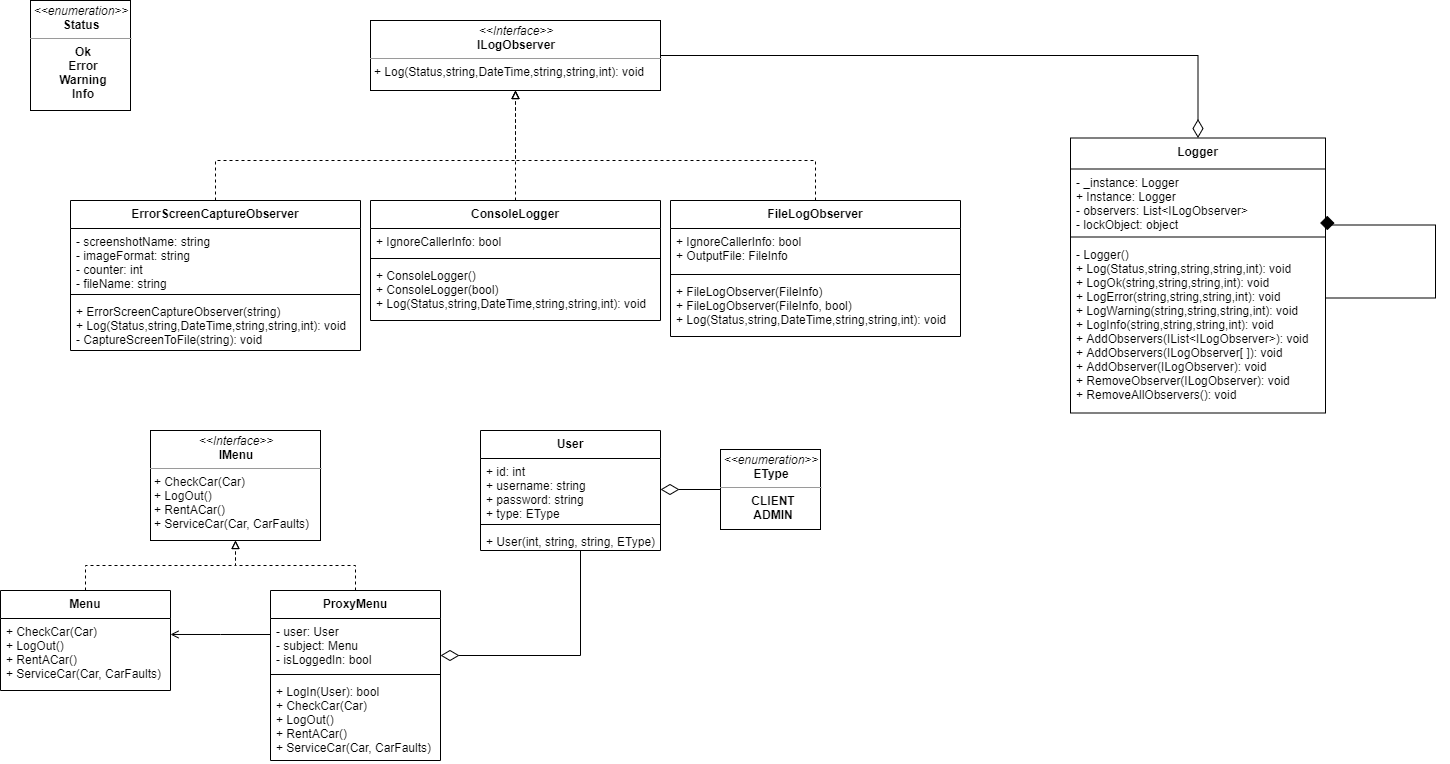
Before: Diagram/diagram.png, a diagram exported from draw.io (Radu-Lucian/DesignPatterns). Source tidied: cells renumbered, new cells last; positions are measured from the earlier drawing's top-left corner, leaving out a move shared by most shapes.
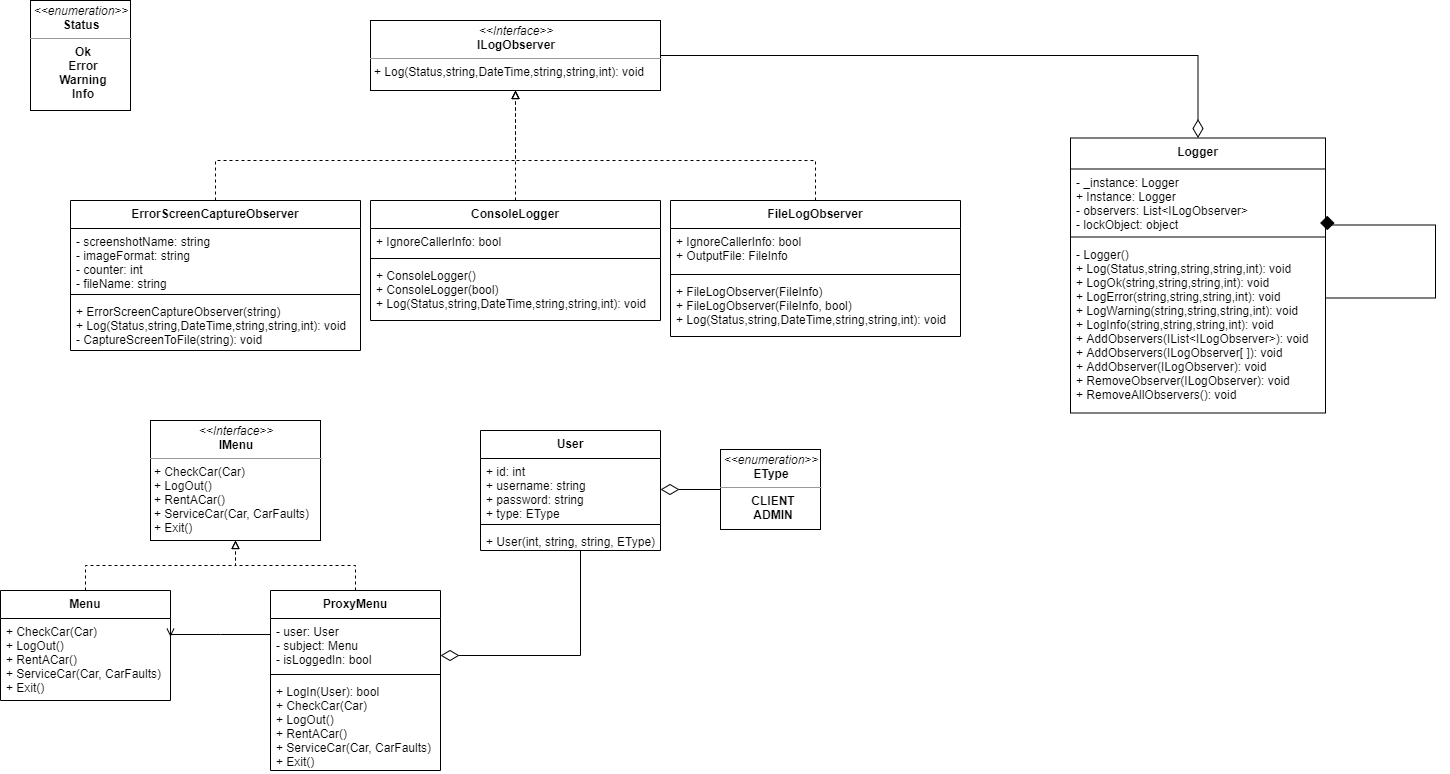
Above is the later version.

Commit message:
Added the Exit function to Proxy Menu, created a main menu and updated the diagram.

Change to the diagram source:
```diff
@@ -96,8 +96,8 @@
     <mxCell id="26" style="edgeStyle=orthogonalEdgeStyle;rounded=0;jettySize=auto;html=1;entryX=0.5;entryY=1;entryDx=0;entryDy=0;dashed=1;endArrow=block;endFill=0;exitX=0.5;exitY=0;exitDx=0;exitDy=0;" parent="1" edge="1" source="31" target="27">
       <mxGeometry relative="1" as="geometry" />
     </mxCell>
-    <mxCell id="27" value="&lt;p style=&quot;margin: 0px ; margin-top: 4px ; text-align: center&quot;&gt;&lt;i&gt;&amp;lt;&amp;lt;Interface&amp;gt;&amp;gt;&lt;/i&gt;&lt;br&gt;&lt;b&gt;IMenu&lt;/b&gt;&lt;/p&gt;&lt;hr size=&quot;1&quot;&gt;&lt;p style=&quot;margin: 0px ; margin-left: 4px&quot;&gt;+ CheckCar(Car)&lt;br style=&quot;padding: 0px ; margin: 0px&quot;&gt;+ LogOut()&amp;nbsp;&lt;br style=&quot;padding: 0px ; margin: 0px&quot;&gt;+ RentACar()&lt;br style=&quot;padding: 0px ; margin: 0px&quot;&gt;+ ServiceCar(Car, CarFaults)&lt;br&gt;&lt;/p&gt;" style="verticalAlign=top;align=left;overflow=fill;fontSize=12;fontFamily=Helvetica;html=1;strokeColor=#000000;" parent="1" vertex="1">
-      <mxGeometry x="150" y="430" width="170" height="110" as="geometry" />
+    <mxCell id="27" value="&lt;p style=&quot;margin: 0px ; margin-top: 4px ; text-align: center&quot;&gt;&lt;i&gt;&amp;lt;&amp;lt;Interface&amp;gt;&amp;gt;&lt;/i&gt;&lt;br&gt;&lt;b&gt;IMenu&lt;/b&gt;&lt;/p&gt;&lt;hr size=&quot;1&quot;&gt;&lt;p style=&quot;margin: 0px ; margin-left: 4px&quot;&gt;+ CheckCar(Car)&lt;br style=&quot;padding: 0px ; margin: 0px&quot;&gt;+ LogOut()&amp;nbsp;&lt;br style=&quot;padding: 0px ; margin: 0px&quot;&gt;+ RentACar()&lt;br style=&quot;padding: 0px ; margin: 0px&quot;&gt;+ ServiceCar(Car, CarFaults)&lt;br&gt;&lt;/p&gt;&lt;p style=&quot;margin: 0px ; margin-left: 4px&quot;&gt;+ Exit()&lt;/p&gt;" style="verticalAlign=top;align=left;overflow=fill;fontSize=12;fontFamily=Helvetica;html=1;strokeColor=#000000;" parent="1" vertex="1">
+      <mxGeometry x="150" y="420" width="170" height="120" as="geometry" />
     </mxCell>
     <mxCell id="28" style="edgeStyle=orthogonalEdgeStyle;rounded=0;jettySize=auto;html=1;exitX=0;exitY=0.5;exitDx=0;exitDy=0;entryX=1;entryY=0.222;entryDx=0;entryDy=0;entryPerimeter=0;endArrow=open;endFill=0;" parent="1" edge="1" source="32" target="30">
       <mxGeometry relative="1" as="geometry">
@@ -108,13 +108,13 @@
       </mxGeometry>
     </mxCell>
     <mxCell id="29" value="Menu" style="swimlane;fontStyle=1;align=center;verticalAlign=top;horizontal=1;startSize=28;strokeColor=#000000;" parent="1" vertex="1">
-      <mxGeometry y="590" width="170" height="100" as="geometry" />
+      <mxGeometry y="590" width="170" height="110" as="geometry" />
     </mxCell>
-    <mxCell id="30" value="+ CheckCar(Car)&#10;+ LogOut() &#10;+ RentACar()&#10;+ ServiceCar(Car, CarFaults)" style="text;strokeColor=none;fillColor=none;align=left;verticalAlign=top;spacingLeft=4;spacingRight=4;overflow=hidden;points=[[0,0.5],[1,0.5]];portConstraint=eastwest;" parent="29" vertex="1">
-      <mxGeometry y="28" width="170" height="72" as="geometry" />
+    <mxCell id="30" value="+ CheckCar(Car)&#10;+ LogOut() &#10;+ RentACar()&#10;+ ServiceCar(Car, CarFaults)&#10;+ Exit()" style="text;strokeColor=none;fillColor=none;align=left;verticalAlign=top;spacingLeft=4;spacingRight=4;overflow=hidden;points=[[0,0.5],[1,0.5]];portConstraint=eastwest;" parent="29" vertex="1">
+      <mxGeometry y="28" width="170" height="82" as="geometry" />
     </mxCell>
     <mxCell id="31" value="ProxyMenu" style="swimlane;fontStyle=1;align=center;verticalAlign=top;horizontal=1;startSize=28;strokeColor=#000000;" parent="1" vertex="1">
-      <mxGeometry x="270" y="590" width="170" height="170" as="geometry" />
+      <mxGeometry x="270" y="590" width="170" height="180" as="geometry" />
     </mxCell>
     <mxCell id="32" value="- user: User&#10;- subject: Menu&#10;- isLoggedIn: bool" style="text;strokeColor=none;fillColor=none;align=left;verticalAlign=top;spacingLeft=4;spacingRight=4;overflow=hidden;points=[[0,0.5],[1,0.5]];portConstraint=eastwest;" parent="31" vertex="1">
       <mxGeometry y="28" width="170" height="52" as="geometry" />
@@ -122,8 +122,8 @@
     <mxCell id="33" style="line;strokeWidth=1;fillColor=none;align=left;verticalAlign=middle;spacingTop=-1;spacingLeft=3;spacingRight=3;labelPosition=right;" parent="31" vertex="1">
       <mxGeometry y="80" width="170" height="8" as="geometry" />
     </mxCell>
-    <mxCell id="34" value="+ LogIn(User): bool&#10;+ CheckCar(Car)&#10;+ LogOut() &#10;+ RentACar()&#10;+ ServiceCar(Car, CarFaults)" style="text;strokeColor=none;fillColor=none;align=left;verticalAlign=top;spacingLeft=4;spacingRight=4;overflow=hidden;" parent="31" vertex="1">
-      <mxGeometry y="88" width="170" height="82" as="geometry" />
+    <mxCell id="34" value="+ LogIn(User): bool&#10;+ CheckCar(Car)&#10;+ LogOut() &#10;+ RentACar()&#10;+ ServiceCar(Car, CarFaults)&#10;+ Exit()" style="text;strokeColor=none;fillColor=none;align=left;verticalAlign=top;spacingLeft=4;spacingRight=4;overflow=hidden;" parent="31" vertex="1">
+      <mxGeometry y="88" width="170" height="92" as="geometry" />
     </mxCell>
     <mxCell id="35" style="edgeStyle=orthogonalEdgeStyle;rounded=0;jettySize=auto;html=1;endArrow=none;endFill=0;startArrow=diamondThin;startFill=0;startSize=16;endSize=16;entryX=0.443;entryY=1;entryDx=0;entryDy=0;entryPerimeter=0;" parent="1" edge="1" target="39">
       <mxGeometry relative="1" as="geometry">
```
